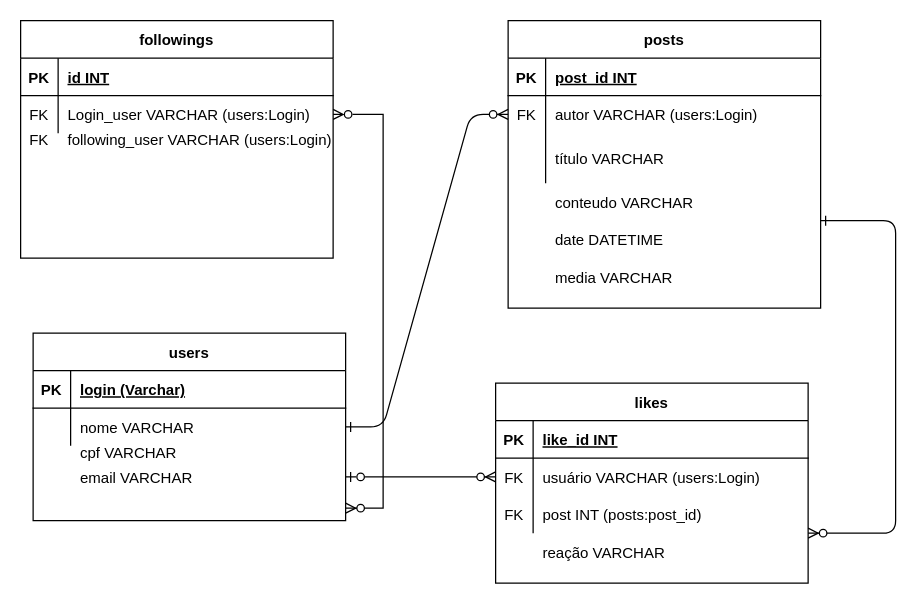
This is ER.drawio from jrfagundes/feed, a draw.io file, before an edit. Source tidied: cells renumbered, new cells numbered last; positions are measured from the earlier drawing's top-left corner, leaving out a move shared by most shapes. Both pictures are drawn from the tidied source at 125%, with x=0, y=0 at pixel (20, 20).
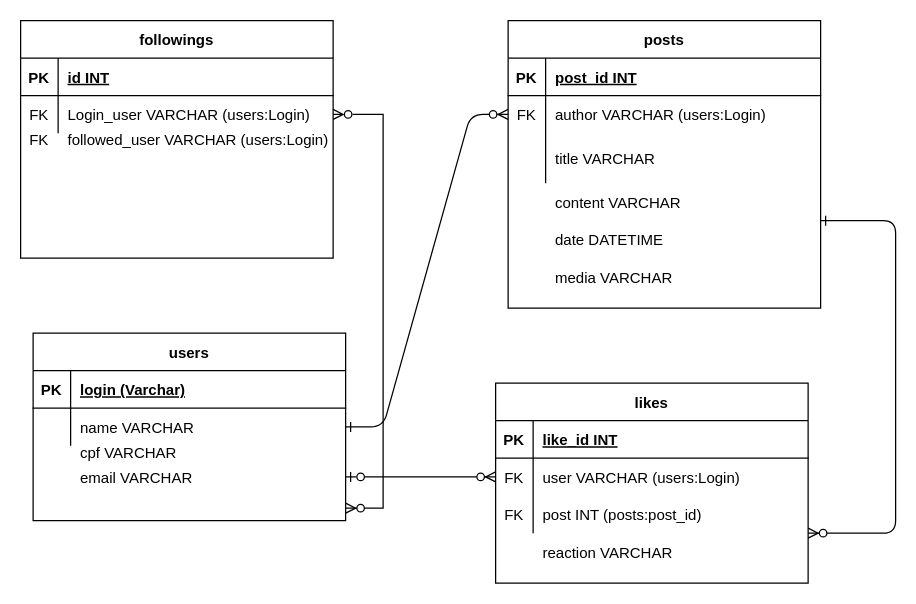
After the change.

The change refers to these unchanged cells:
```xml
<mxCell id="8" style="shape=partialRectangle;fillColor=none;points=[[0,0.5],[1,0.5]];portConstraint=eastwest;top=0;left=0;right=0;bottom=0;" parent="4" vertex="1">
  <mxGeometry y="60" width="250" height="30" as="geometry" />
</mxCell>
<mxCell id="11" style="shape=partialRectangle;fillColor=none;top=0;left=0;right=0;bottom=0;" parent="4" vertex="1">
  <mxGeometry y="90" width="250" height="40" as="geometry" />
</mxCell>
<mxCell id="18" style="shape=partialRectangle;fillColor=none;points=[[0,0.5],[1,0.5]];portConstraint=eastwest;top=0;left=0;right=0;bottom=0;" parent="14" vertex="1">
  <mxGeometry y="60" width="250" height="30" as="geometry" />
</mxCell>
<mxCell id="29" style="shape=partialRectangle;fillColor=none;points=[[0,0.5],[1,0.5]];portConstraint=eastwest;top=0;left=0;right=0;bottom=0;" parent="25" vertex="1">
  <mxGeometry y="60" width="250" height="30" as="geometry" />
</mxCell>
```

What changed in the source:
```diff
@@
-    <mxCell id="10" value="autor VARCHAR (users:Login)" style="shape=partialRectangle;overflow=hidden;fillColor=none;top=0;left=0;bottom=0;right=0;align=left;spacingLeft=6;verticalAlign=middle;" parent="8" vertex="1">
+    <mxCell id="10" value="author VARCHAR (users:Login)" style="shape=partialRectangle;overflow=hidden;fillColor=none;top=0;left=0;bottom=0;right=0;align=left;spacingLeft=6;verticalAlign=middle;" parent="8" vertex="1">
       <mxGeometry x="30" width="220" height="30" as="geometry" />
     </mxCell>
@@
-    <mxCell id="13" value="título VARCHAR" style="shape=partialRectangle;overflow=hidden;fillColor=none;top=0;left=0;bottom=0;right=0;align=left;spacingLeft=6;verticalAlign=middle;" parent="11" vertex="1">
+    <mxCell id="13" value="title VARCHAR" style="shape=partialRectangle;overflow=hidden;fillColor=none;top=0;left=0;bottom=0;right=0;align=left;spacingLeft=6;verticalAlign=middle;" parent="11" vertex="1">
       <mxGeometry x="30" width="220" height="40" as="geometry" />
     </mxCell>
@@
-    <mxCell id="20" value="usuário VARCHAR (users:Login)" style="shape=partialRectangle;overflow=hidden;fillColor=none;top=0;left=0;bottom=0;right=0;align=left;spacingLeft=6;" parent="18" vertex="1">
+    <mxCell id="20" value="user VARCHAR (users:Login)" style="shape=partialRectangle;overflow=hidden;fillColor=none;top=0;left=0;bottom=0;right=0;align=left;spacingLeft=6;" parent="18" vertex="1">
       <mxGeometry x="30" width="220" height="30" as="geometry" />
     </mxCell>
@@
-    <mxCell id="31" value="nome VARCHAR" style="shape=partialRectangle;overflow=hidden;fillColor=none;top=0;left=0;bottom=0;right=0;align=left;spacingLeft=6;" parent="29" vertex="1">
+    <mxCell id="31" value="name VARCHAR" style="shape=partialRectangle;overflow=hidden;fillColor=none;top=0;left=0;bottom=0;right=0;align=left;spacingLeft=6;" parent="29" vertex="1">
       <mxGeometry x="30" width="220" height="30" as="geometry" />
     </mxCell>
@@
-    <mxCell id="34" value="conteudo VARCHAR" style="shape=partialRectangle;overflow=hidden;fillColor=none;top=0;left=0;bottom=0;right=0;align=left;spacingLeft=6;verticalAlign=middle;" parent="1" vertex="1">
+    <mxCell id="34" value="content VARCHAR" style="shape=partialRectangle;overflow=hidden;fillColor=none;top=0;left=0;bottom=0;right=0;align=left;spacingLeft=6;verticalAlign=middle;" parent="1" vertex="1">
       <mxGeometry x="420" y="130" width="220" height="30" as="geometry" />
     </mxCell>
@@
-    <mxCell id="37" value="reação VARCHAR" style="shape=partialRectangle;overflow=hidden;fillColor=none;top=0;left=0;bottom=0;right=0;align=left;spacingLeft=6;" parent="1" vertex="1">
+    <mxCell id="37" value="reaction VARCHAR" style="shape=partialRectangle;overflow=hidden;fillColor=none;top=0;left=0;bottom=0;right=0;align=left;spacingLeft=6;" parent="1" vertex="1">
       <mxGeometry x="410" y="410" width="220" height="30" as="geometry" />
     </mxCell>
@@
-    <mxCell id="47" value="following_user VARCHAR (users:Login)" style="shape=partialRectangle;overflow=hidden;fillColor=none;top=0;left=0;bottom=0;right=0;align=left;spacingLeft=6;" parent="1" vertex="1">
+    <mxCell id="47" value="followed_user VARCHAR (users:Login)" style="shape=partialRectangle;overflow=hidden;fillColor=none;top=0;left=0;bottom=0;right=0;align=left;spacingLeft=6;" parent="1" vertex="1">
       <mxGeometry x="30" y="80" width="220" height="30" as="geometry" />
     </mxCell>
```
